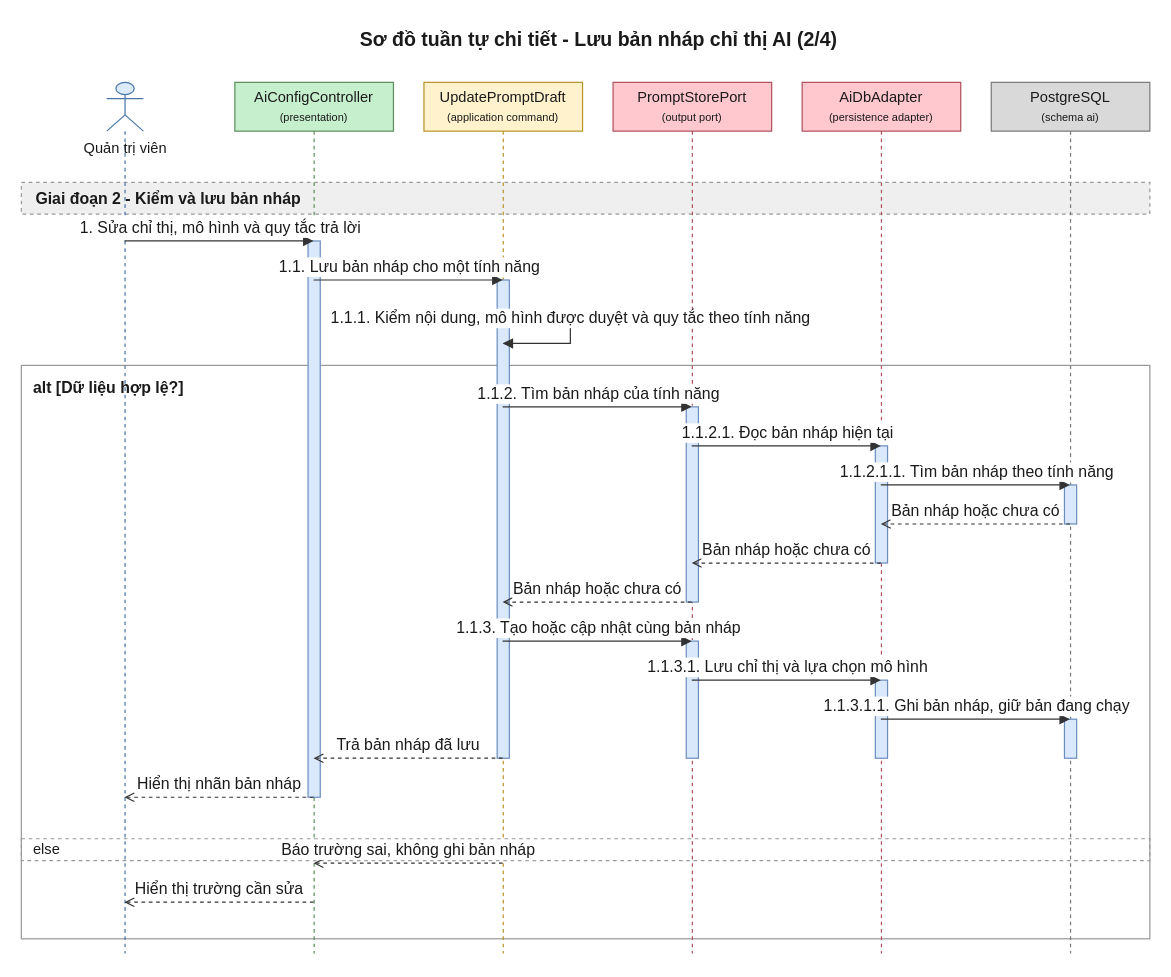
The draw.io diagram 08-diagram/sequence/admin/sequence_admin_cau_hinh_prompt_ai_p2.drawio in daiphu1801/PRJ_ALGOPREP, before the edit. Source tidied: cells renumbered, new cells numbered last; positions are measured from the earlier drawing's top-left corner, leaving out a move shared by most shapes. Both pictures are drawn from the tidied source at 122%, with x=0, y=0 at pixel (21, 21).
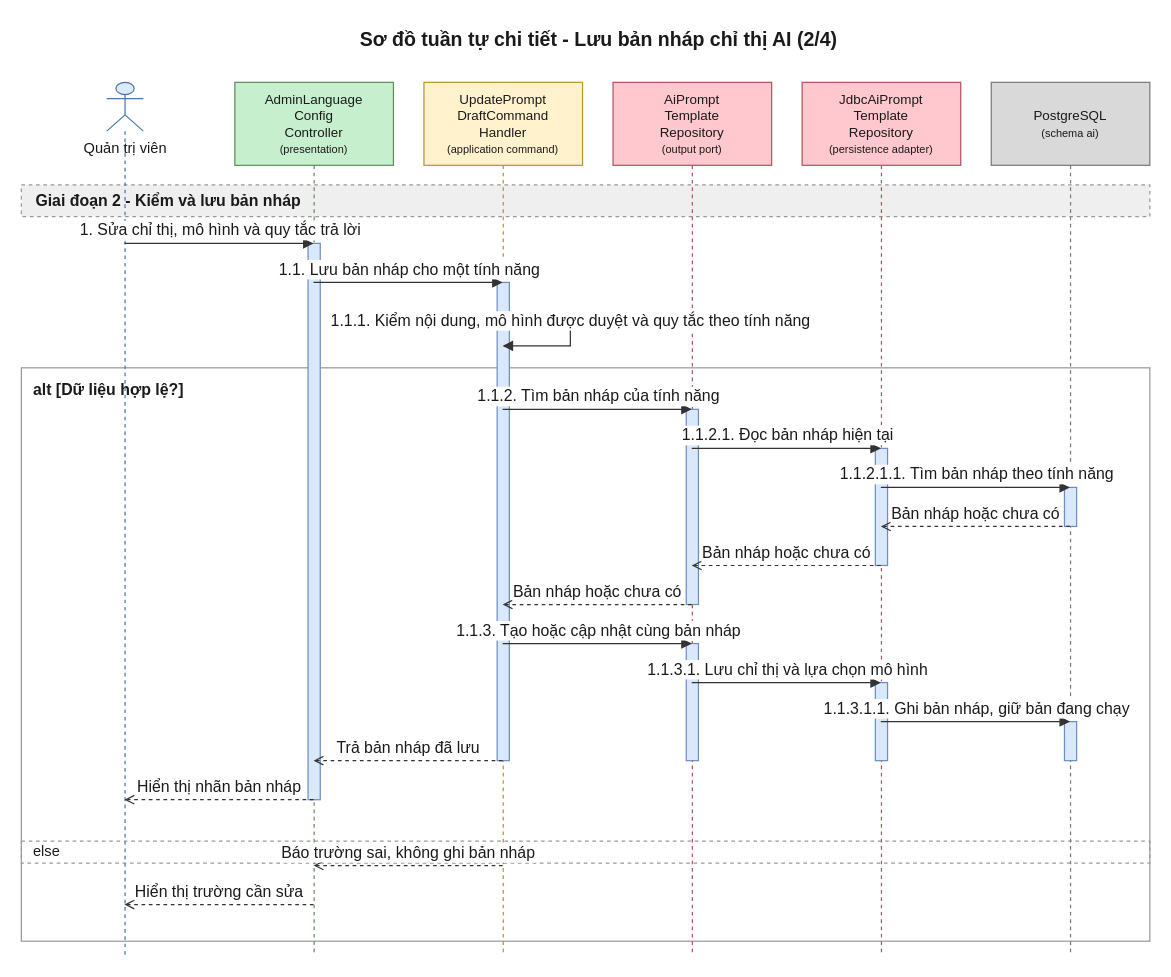
Above is the later version.

Diff of the diagram source:
```diff
@@
     <mxCell id="3" value="alt [Dữ liệu hợp lệ?]" style="algoprep=alt;rounded=0;whiteSpace=wrap;html=1;fillColor=none;strokeColor=#999999;verticalAlign=top;align=left;spacingLeft=8;spacingTop=4;fontColor=#1A1A1A;fontSize=13;fontStyle=1;dashed=0;" parent="1" vertex="1">
-      <mxGeometry y="282" width="925" height="470" as="geometry" />
+      <mxGeometry y="284" width="925" height="470" as="geometry" />
     </mxCell>
     <mxCell id="4" value="else" style="text;html=1;dashed=1;strokeColor=#999999;fillColor=none;align=left;verticalAlign=middle;spacingLeft=8;fontColor=#1A1A1A;fontSize=12;" parent="1" vertex="1">
-      <mxGeometry y="670" width="925" height="18" as="geometry" />
+      <mxGeometry y="672" width="925" height="18" as="geometry" />
     </mxCell>
     <mxCell id="5" value="Giai đoạn 2 - Kiểm và lưu bản nháp" style="algoprep=phase;rounded=0;whiteSpace=wrap;html=1;fillColor=#EFEFEF;strokeColor=#999999;dashed=1;align=left;verticalAlign=middle;spacingLeft=10;fontColor=#1A1A1A;fontSize=13;fontStyle=1;" parent="1" vertex="1">
-      <mxGeometry y="132" width="925" height="26" as="geometry" />
+      <mxGeometry y="134" width="925" height="26" as="geometry" />
     </mxCell>
     <mxCell id="6" value="Quản trị viên" style="shape=umlLifeline;participant=umlActor;perimeter=lifelinePerimeter;html=1;outlineConnect=0;size=40;verticalAlign=top;spacingTop=40;fillColor=#DCEBFC;strokeColor=#4A76A8;fontColor=#1A1A1A;" parent="1" vertex="1">
-      <mxGeometry x="70" y="50" width="30" height="714" as="geometry" />
+      <mxGeometry x="70" y="50" width="30" height="716" as="geometry" />
     </mxCell>
-    <mxCell id="7" value="AiConfigController&lt;br&gt;&lt;font style=&quot;font-size:9px&quot;&gt;(presentation)&lt;/font&gt;" style="shape=umlLifeline;perimeter=lifelinePerimeter;whiteSpace=wrap;html=1;outlineConnect=0;size=40;fillColor=#C6EFCE;strokeColor=#5E8E5E;fontColor=#1A1A1A;" parent="1" vertex="1">
-      <mxGeometry x="175" y="50" width="130" height="714" as="geometry" />
+    <mxCell id="7" value="AdminLanguage&lt;br&gt;Config&lt;br&gt;Controller&lt;br&gt;&lt;font style=&quot;font-size:9px&quot;&gt;(presentation)&lt;/font&gt;" style="shape=umlLifeline;perimeter=lifelinePerimeter;whiteSpace=wrap;html=1;outlineConnect=0;size=68;fontSize=11;fillColor=#C6EFCE;strokeColor=#5E8E5E;fontColor=#1A1A1A;" parent="1" vertex="1">
+      <mxGeometry x="175" y="50" width="130" height="716" as="geometry" />
     </mxCell>
-    <mxCell id="8" value="UpdatePromptDraft&lt;br&gt;&lt;font style=&quot;font-size:9px&quot;&gt;(application command)&lt;/font&gt;" style="shape=umlLifeline;perimeter=lifelinePerimeter;whiteSpace=wrap;html=1;outlineConnect=0;size=40;fillColor=#FFF2CC;strokeColor=#B8952A;fontColor=#1A1A1A;" parent="1" vertex="1">
-      <mxGeometry x="330" y="50" width="130" height="714" as="geometry" />
+    <mxCell id="8" value="UpdatePrompt&lt;br&gt;DraftCommand&lt;br&gt;Handler&lt;br&gt;&lt;font style=&quot;font-size:9px&quot;&gt;(application command)&lt;/font&gt;" style="shape=umlLifeline;perimeter=lifelinePerimeter;whiteSpace=wrap;html=1;outlineConnect=0;size=68;fontSize=11;fillColor=#FFF2CC;strokeColor=#B8952A;fontColor=#1A1A1A;" parent="1" vertex="1">
+      <mxGeometry x="330" y="50" width="130" height="716" as="geometry" />
     </mxCell>
-    <mxCell id="9" value="PromptStorePort&lt;br&gt;&lt;font style=&quot;font-size:9px&quot;&gt;(output port)&lt;/font&gt;" style="shape=umlLifeline;perimeter=lifelinePerimeter;whiteSpace=wrap;html=1;outlineConnect=0;size=40;fillColor=#FFC7CE;strokeColor=#B0525E;fontColor=#1A1A1A;" parent="1" vertex="1">
-      <mxGeometry x="485" y="50" width="130" height="714" as="geometry" />
+    <mxCell id="9" value="AiPrompt&lt;br&gt;Template&lt;br&gt;Repository&lt;br&gt;&lt;font style=&quot;font-size:9px&quot;&gt;(output port)&lt;/font&gt;" style="shape=umlLifeline;perimeter=lifelinePerimeter;whiteSpace=wrap;html=1;outlineConnect=0;size=68;fontSize=11;fillColor=#FFC7CE;strokeColor=#B0525E;fontColor=#1A1A1A;" parent="1" vertex="1">
+      <mxGeometry x="485" y="50" width="130" height="716" as="geometry" />
     </mxCell>
-    <mxCell id="10" value="AiDbAdapter&lt;br&gt;&lt;font style=&quot;font-size:9px&quot;&gt;(persistence adapter)&lt;/font&gt;" style="shape=umlLifeline;perimeter=lifelinePerimeter;whiteSpace=wrap;html=1;outlineConnect=0;size=40;fillColor=#FFC7CE;strokeColor=#B0525E;fontColor=#1A1A1A;" parent="1" vertex="1">
-      <mxGeometry x="640" y="50" width="130" height="714" as="geometry" />
+    <mxCell id="10" value="JdbcAiPrompt&lt;br&gt;Template&lt;br&gt;Repository&lt;br&gt;&lt;font style=&quot;font-size:9px&quot;&gt;(persistence adapter)&lt;/font&gt;" style="shape=umlLifeline;perimeter=lifelinePerimeter;whiteSpace=wrap;html=1;outlineConnect=0;size=68;fontSize=11;fillColor=#FFC7CE;strokeColor=#B0525E;fontColor=#1A1A1A;" parent="1" vertex="1">
+      <mxGeometry x="640" y="50" width="130" height="716" as="geometry" />
     </mxCell>
-    <mxCell id="11" value="PostgreSQL&lt;br&gt;&lt;font style=&quot;font-size:9px&quot;&gt;(schema ai)&lt;/font&gt;" style="shape=umlLifeline;perimeter=lifelinePerimeter;whiteSpace=wrap;html=1;outlineConnect=0;size=40;fillColor=#D9D9D9;strokeColor=#7A7A7A;fontColor=#1A1A1A;" parent="1" vertex="1">
-      <mxGeometry x="795" y="50" width="130" height="714" as="geometry" />
+    <mxCell id="11" value="PostgreSQL&lt;br&gt;&lt;font style=&quot;font-size:9px&quot;&gt;(schema ai)&lt;/font&gt;" style="shape=umlLifeline;perimeter=lifelinePerimeter;whiteSpace=wrap;html=1;outlineConnect=0;size=68;fontSize=11;fillColor=#D9D9D9;strokeColor=#7A7A7A;fontColor=#1A1A1A;" parent="1" vertex="1">
+      <mxGeometry x="795" y="50" width="130" height="716" as="geometry" />
     </mxCell>
     <mxCell id="12" style="html=1;perimeter=orthogonalPerimeter;targetShapes=umlLifeline;fillColor=#DAE8FC;strokeColor=#6C8EBF;" parent="11" vertex="1">
-      <mxGeometry x="60" y="330" width="10" height="32" as="geometry" />
+      <mxGeometry x="60" y="332" width="10" height="32" as="geometry" />
     </mxCell>
     <mxCell id="13" style="html=1;perimeter=orthogonalPerimeter;targetShapes=umlLifeline;fillColor=#DAE8FC;strokeColor=#6C8EBF;" parent="10" vertex="1">
-      <mxGeometry x="60" y="298" width="10" height="96" as="geometry" />
+      <mxGeometry x="60" y="300" width="10" height="96" as="geometry" />
     </mxCell>
     <mxCell id="14" style="html=1;perimeter=orthogonalPerimeter;targetShapes=umlLifeline;fillColor=#DAE8FC;strokeColor=#6C8EBF;" parent="9" vertex="1">
-      <mxGeometry x="60" y="266" width="10" height="160" as="geometry" />
+      <mxGeometry x="60" y="268" width="10" height="160" as="geometry" />
     </mxCell>
     <mxCell id="15" style="html=1;perimeter=orthogonalPerimeter;targetShapes=umlLifeline;fillColor=#DAE8FC;strokeColor=#6C8EBF;" parent="11" vertex="1">
-      <mxGeometry x="60" y="522" width="10" height="32" as="geometry" />
+      <mxGeometry x="60" y="524" width="10" height="32" as="geometry" />
     </mxCell>
     <mxCell id="16" style="html=1;perimeter=orthogonalPerimeter;targetShapes=umlLifeline;fillColor=#DAE8FC;strokeColor=#6C8EBF;" parent="10" vertex="1">
-      <mxGeometry x="60" y="490" width="10" height="64" as="geometry" />
+      <mxGeometry x="60" y="492" width="10" height="64" as="geometry" />
     </mxCell>
     <mxCell id="17" style="html=1;perimeter=orthogonalPerimeter;targetShapes=umlLifeline;fillColor=#DAE8FC;strokeColor=#6C8EBF;" parent="9" vertex="1">
-      <mxGeometry x="60" y="458" width="10" height="96" as="geometry" />
+      <mxGeometry x="60" y="460" width="10" height="96" as="geometry" />
     </mxCell>
     <mxCell id="18" style="html=1;perimeter=orthogonalPerimeter;targetShapes=umlLifeline;fillColor=#DAE8FC;strokeColor=#6C8EBF;" parent="8" vertex="1">
-      <mxGeometry x="60" y="162" width="10" height="392" as="geometry" />
+      <mxGeometry x="60" y="164" width="10" height="392" as="geometry" />
     </mxCell>
     <mxCell id="19" style="html=1;perimeter=orthogonalPerimeter;targetShapes=umlLifeline;fillColor=#DAE8FC;strokeColor=#6C8EBF;" parent="7" vertex="1">
-      <mxGeometry x="60" y="130" width="10" height="456" as="geometry" />
+      <mxGeometry x="60" y="132" width="10" height="456" as="geometry" />
     </mxCell>
-    <mxCell id="20" value="1. Sửa chỉ thị, mô hình và quy tắc trả lời" style="edgeStyle=none;html=1;endArrow=block;endFill=1;strokeColor=#333333;fontColor=#1A1A1A;fontSize=13;verticalAlign=bottom;exitX=0.5;exitY=0.1821;exitDx=0;exitDy=0;entryX=0.5;entryY=0.1821;entryDx=0;entryDy=0;" parent="1" edge="1" source="6" target="7">
+    <mxCell id="20" value="1. Sửa chỉ thị, mô hình và quy tắc trả lời" style="edgeStyle=none;html=1;endArrow=block;endFill=1;strokeColor=#333333;fontColor=#1A1A1A;fontSize=13;verticalAlign=bottom;exitX=0.5;exitY=0.1844;exitDx=0;exitDy=0;entryX=0.5;entryY=0.1844;entryDx=0;entryDy=0;" parent="1" edge="1" source="6" target="7">
       <mxGeometry relative="1" as="geometry" />
     </mxCell>
-    <mxCell id="21" value="1.1. Lưu bản nháp cho một tính năng" style="edgeStyle=none;html=1;endArrow=block;endFill=1;strokeColor=#333333;fontColor=#1A1A1A;fontSize=13;verticalAlign=bottom;exitX=0.5;exitY=0.2269;exitDx=0;exitDy=0;entryX=0.5;entryY=0.2269;entryDx=0;entryDy=0;" parent="1" edge="1" source="7" target="8">
+    <mxCell id="21" value="1.1. Lưu bản nháp cho một tính năng" style="edgeStyle=none;html=1;endArrow=block;endFill=1;strokeColor=#333333;fontColor=#1A1A1A;fontSize=13;verticalAlign=bottom;exitX=0.5;exitY=0.2291;exitDx=0;exitDy=0;entryX=0.5;entryY=0.2291;entryDx=0;entryDy=0;" parent="1" edge="1" source="7" target="8">
       <mxGeometry relative="1" as="geometry" />
     </mxCell>
-    <mxCell id="22" value="1.1.1. Kiểm nội dung, mô hình được duyệt và quy tắc theo tính năng" style="edgeStyle=orthogonalEdgeStyle;rounded=0;html=1;endArrow=block;endFill=1;strokeColor=#333333;fontColor=#1A1A1A;fontSize=13;verticalAlign=bottom;exitX=0.5;exitY=0.2717;exitDx=0;exitDy=0;entryX=0.5;entryY=0.2997;entryDx=0;entryDy=0;" parent="1" edge="1" source="8" target="8">
+    <mxCell id="22" value="1.1.1. Kiểm nội dung, mô hình được duyệt và quy tắc theo tính năng" style="edgeStyle=orthogonalEdgeStyle;rounded=0;html=1;endArrow=block;endFill=1;strokeColor=#333333;fontColor=#1A1A1A;fontSize=13;verticalAlign=bottom;exitX=0.5;exitY=0.2737;exitDx=0;exitDy=0;entryX=0.5;entryY=0.3017;entryDx=0;entryDy=0;" parent="1" edge="1" source="8" target="8">
       <mxGeometry relative="1" as="geometry">
         <Array as="points">
-          <mxPoint x="450" y="244" />
-          <mxPoint x="450" y="264" />
+          <mxPoint x="450" y="246" />
+          <mxPoint x="450" y="266" />
         </Array>
       </mxGeometry>
     </mxCell>
-    <mxCell id="23" value="1.1.2. Tìm bản nháp của tính năng" style="edgeStyle=none;html=1;endArrow=block;endFill=1;strokeColor=#333333;fontColor=#1A1A1A;fontSize=13;verticalAlign=bottom;exitX=0.5;exitY=0.3725;exitDx=0;exitDy=0;entryX=0.5;entryY=0.3725;entryDx=0;entryDy=0;" parent="1" edge="1" source="8" target="9">
+    <mxCell id="23" value="1.1.2. Tìm bản nháp của tính năng" style="edgeStyle=none;html=1;endArrow=block;endFill=1;strokeColor=#333333;fontColor=#1A1A1A;fontSize=13;verticalAlign=bottom;exitX=0.5;exitY=0.3743;exitDx=0;exitDy=0;entryX=0.5;entryY=0.3743;entryDx=0;entryDy=0;" parent="1" edge="1" source="8" target="9">
       <mxGeometry relative="1" as="geometry" />
     </mxCell>
-    <mxCell id="24" value="1.1.2.1. Đọc bản nháp hiện tại" style="edgeStyle=none;html=1;endArrow=block;endFill=1;strokeColor=#333333;fontColor=#1A1A1A;fontSize=13;verticalAlign=bottom;exitX=0.5;exitY=0.4174;exitDx=0;exitDy=0;entryX=0.5;entryY=0.4174;entryDx=0;entryDy=0;" parent="1" edge="1" source="9" target="10">
+    <mxCell id="24" value="1.1.2.1. Đọc bản nháp hiện tại" style="edgeStyle=none;html=1;endArrow=block;endFill=1;strokeColor=#333333;fontColor=#1A1A1A;fontSize=13;verticalAlign=bottom;exitX=0.5;exitY=0.4190;exitDx=0;exitDy=0;entryX=0.5;entryY=0.4190;entryDx=0;entryDy=0;" parent="1" edge="1" source="9" target="10">
       <mxGeometry relative="1" as="geometry" />
     </mxCell>
-    <mxCell id="25" value="1.1.2.1.1. Tìm bản nháp theo tính năng" style="edgeStyle=none;html=1;endArrow=block;endFill=1;strokeColor=#333333;fontColor=#1A1A1A;fontSize=13;verticalAlign=bottom;exitX=0.5;exitY=0.4622;exitDx=0;exitDy=0;entryX=0.5;entryY=0.4622;entryDx=0;entryDy=0;" parent="1" edge="1" source="10" target="11">
+    <mxCell id="25" value="1.1.2.1.1. Tìm bản nháp theo tính năng" style="edgeStyle=none;html=1;endArrow=block;endFill=1;strokeColor=#333333;fontColor=#1A1A1A;fontSize=13;verticalAlign=bottom;exitX=0.5;exitY=0.4637;exitDx=0;exitDy=0;entryX=0.5;entryY=0.4637;entryDx=0;entryDy=0;" parent="1" edge="1" source="10" target="11">
       <mxGeometry relative="1" as="geometry" />
     </mxCell>
-    <mxCell id="26" value="Bản nháp hoặc chưa có" style="edgeStyle=none;html=1;endArrow=open;endFill=0;dashed=1;strokeColor=#333333;fontColor=#1A1A1A;fontSize=13;verticalAlign=bottom;exitX=0.5;exitY=0.5070;exitDx=0;exitDy=0;entryX=0.5;entryY=0.5070;entryDx=0;entryDy=0;" parent="1" edge="1" source="11" target="10">
+    <mxCell id="26" value="Bản nháp hoặc chưa có" style="edgeStyle=none;html=1;endArrow=open;endFill=0;dashed=1;strokeColor=#333333;fontColor=#1A1A1A;fontSize=13;verticalAlign=bottom;exitX=0.5;exitY=0.5084;exitDx=0;exitDy=0;entryX=0.5;entryY=0.5084;entryDx=0;entryDy=0;" parent="1" edge="1" source="11" target="10">
       <mxGeometry relative="1" as="geometry" />
     </mxCell>
-    <mxCell id="27" value="Bản nháp hoặc chưa có" style="edgeStyle=none;html=1;endArrow=open;endFill=0;dashed=1;strokeColor=#333333;fontColor=#1A1A1A;fontSize=13;verticalAlign=bottom;exitX=0.5;exitY=0.5518;exitDx=0;exitDy=0;entryX=0.5;entryY=0.5518;entryDx=0;entryDy=0;" parent="1" edge="1" source="10" target="9">
+    <mxCell id="27" value="Bản nháp hoặc chưa có" style="edgeStyle=none;html=1;endArrow=open;endFill=0;dashed=1;strokeColor=#333333;fontColor=#1A1A1A;fontSize=13;verticalAlign=bottom;exitX=0.5;exitY=0.5531;exitDx=0;exitDy=0;entryX=0.5;entryY=0.5531;entryDx=0;entryDy=0;" parent="1" edge="1" source="10" target="9">
       <mxGeometry relative="1" as="geometry" />
     </mxCell>
-    <mxCell id="28" value="Bản nháp hoặc chưa có" style="edgeStyle=none;html=1;endArrow=open;endFill=0;dashed=1;strokeColor=#333333;fontColor=#1A1A1A;fontSize=13;verticalAlign=bottom;exitX=0.5;exitY=0.5966;exitDx=0;exitDy=0;entryX=0.5;entryY=0.5966;entryDx=0;entryDy=0;" parent="1" edge="1" source="9" target="8">
+    <mxCell id="28" value="Bản nháp hoặc chưa có" style="edgeStyle=none;html=1;endArrow=open;endFill=0;dashed=1;strokeColor=#333333;fontColor=#1A1A1A;fontSize=13;verticalAlign=bottom;exitX=0.5;exitY=0.5978;exitDx=0;exitDy=0;entryX=0.5;entryY=0.5978;entryDx=0;entryDy=0;" parent="1" edge="1" source="9" target="8">
       <mxGeometry relative="1" as="geometry" />
     </mxCell>
-    <mxCell id="29" value="1.1.3. Tạo hoặc cập nhật cùng bản nháp" style="edgeStyle=none;html=1;endArrow=block;endFill=1;strokeColor=#333333;fontColor=#1A1A1A;fontSize=13;verticalAlign=bottom;exitX=0.5;exitY=0.6415;exitDx=0;exitDy=0;entryX=0.5;entryY=0.6415;entryDx=0;entryDy=0;" parent="1" edge="1" source="8" target="9">
+    <mxCell id="29" value="1.1.3. Tạo hoặc cập nhật cùng bản nháp" style="edgeStyle=none;html=1;endArrow=block;endFill=1;strokeColor=#333333;fontColor=#1A1A1A;fontSize=13;verticalAlign=bottom;exitX=0.5;exitY=0.6425;exitDx=0;exitDy=0;entryX=0.5;entryY=0.6425;entryDx=0;entryDy=0;" parent="1" edge="1" source="8" target="9">
       <mxGeometry relative="1" as="geometry" />
     </mxCell>
-    <mxCell id="30" value="1.1.3.1. Lưu chỉ thị và lựa chọn mô hình" style="edgeStyle=none;html=1;endArrow=block;endFill=1;strokeColor=#333333;fontColor=#1A1A1A;fontSize=13;verticalAlign=bottom;exitX=0.5;exitY=0.6863;exitDx=0;exitDy=0;entryX=0.5;entryY=0.6863;entryDx=0;entryDy=0;" parent="1" edge="1" source="9" target="10">
+    <mxCell id="30" value="1.1.3.1. Lưu chỉ thị và lựa chọn mô hình" style="edgeStyle=none;html=1;endArrow=block;endFill=1;strokeColor=#333333;fontColor=#1A1A1A;fontSize=13;verticalAlign=bottom;exitX=0.5;exitY=0.6872;exitDx=0;exitDy=0;entryX=0.5;entryY=0.6872;entryDx=0;entryDy=0;" parent="1" edge="1" source="9" target="10">
       <mxGeometry relative="1" as="geometry" />
     </mxCell>
-    <mxCell id="31" value="1.1.3.1.1. Ghi bản nháp, giữ bản đang chạy" style="edgeStyle=none;html=1;endArrow=block;endFill=1;strokeColor=#333333;fontColor=#1A1A1A;fontSize=13;verticalAlign=bottom;exitX=0.5;exitY=0.7311;exitDx=0;exitDy=0;entryX=0.5;entryY=0.7311;entryDx=0;entryDy=0;" parent="1" edge="1" source="10" target="11">
+    <mxCell id="31" value="1.1.3.1.1. Ghi bản nháp, giữ bản đang chạy" style="edgeStyle=none;html=1;endArrow=block;endFill=1;strokeColor=#333333;fontColor=#1A1A1A;fontSize=13;verticalAlign=bottom;exitX=0.5;exitY=0.7318;exitDx=0;exitDy=0;entryX=0.5;entryY=0.7318;entryDx=0;entryDy=0;" parent="1" edge="1" source="10" target="11">
       <mxGeometry relative="1" as="geometry" />
     </mxCell>
-    <mxCell id="32" value="Trả bản nháp đã lưu" style="edgeStyle=none;html=1;endArrow=open;endFill=0;dashed=1;strokeColor=#333333;fontColor=#1A1A1A;fontSize=13;verticalAlign=bottom;exitX=0.5;exitY=0.7759;exitDx=0;exitDy=0;entryX=0.5;entryY=0.7759;entryDx=0;entryDy=0;" parent="1" edge="1" source="8" target="7">
+    <mxCell id="32" value="Trả bản nháp đã lưu" style="edgeStyle=none;html=1;endArrow=open;endFill=0;dashed=1;strokeColor=#333333;fontColor=#1A1A1A;fontSize=13;verticalAlign=bottom;exitX=0.5;exitY=0.7765;exitDx=0;exitDy=0;entryX=0.5;entryY=0.7765;entryDx=0;entryDy=0;" parent="1" edge="1" source="8" target="7">
       <mxGeometry relative="1" as="geometry" />
     </mxCell>
-    <mxCell id="33" value="Hiển thị nhãn bản nháp" style="edgeStyle=none;html=1;endArrow=open;endFill=0;dashed=1;strokeColor=#333333;fontColor=#1A1A1A;fontSize=13;verticalAlign=bottom;exitX=0.5;exitY=0.8207;exitDx=0;exitDy=0;entryX=0.5;entryY=0.8207;entryDx=0;entryDy=0;" parent="1" edge="1" source="7" target="6">
+    <mxCell id="33" value="Hiển thị nhãn bản nháp" style="edgeStyle=none;html=1;endArrow=open;endFill=0;dashed=1;strokeColor=#333333;fontColor=#1A1A1A;fontSize=13;verticalAlign=bottom;exitX=0.5;exitY=0.8212;exitDx=0;exitDy=0;entryX=0.5;entryY=0.8212;entryDx=0;entryDy=0;" parent="1" edge="1" source="7" target="6">
       <mxGeometry relative="1" as="geometry" />
     </mxCell>
-    <mxCell id="34" value="Báo trường sai, không ghi bản nháp" style="edgeStyle=none;html=1;endArrow=open;endFill=0;dashed=1;strokeColor=#333333;fontColor=#1A1A1A;fontSize=13;verticalAlign=bottom;exitX=0.5;exitY=0.8964;exitDx=0;exitDy=0;entryX=0.5;entryY=0.8964;entryDx=0;entryDy=0;" parent="1" edge="1" source="8" target="7">
+    <mxCell id="34" value="Báo trường sai, không ghi bản nháp" style="edgeStyle=none;html=1;endArrow=open;endFill=0;dashed=1;strokeColor=#333333;fontColor=#1A1A1A;fontSize=13;verticalAlign=bottom;exitX=0.5;exitY=0.8966;exitDx=0;exitDy=0;entryX=0.5;entryY=0.8966;entryDx=0;entryDy=0;" parent="1" edge="1" source="8" target="7">
       <mxGeometry relative="1" as="geometry" />
     </mxCell>
-    <mxCell id="35" value="Hiển thị trường cần sửa" style="edgeStyle=none;html=1;endArrow=open;endFill=0;dashed=1;strokeColor=#333333;fontColor=#1A1A1A;fontSize=13;verticalAlign=bottom;exitX=0.5;exitY=0.9412;exitDx=0;exitDy=0;entryX=0.5;entryY=0.9412;entryDx=0;entryDy=0;" parent="1" edge="1" source="7" target="6">
+    <mxCell id="35" value="Hiển thị trường cần sửa" style="edgeStyle=none;html=1;endArrow=open;endFill=0;dashed=1;strokeColor=#333333;fontColor=#1A1A1A;fontSize=13;verticalAlign=bottom;exitX=0.5;exitY=0.9413;exitDx=0;exitDy=0;entryX=0.5;entryY=0.9413;entryDx=0;entryDy=0;" parent="1" edge="1" source="7" target="6">
       <mxGeometry relative="1" as="geometry" />
     </mxCell>
```
